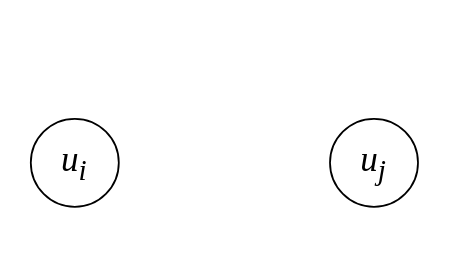
This is FourPaddingWays.drawio from kxzhu0505/Delay-Padding-For-Multi-corner, a draw.io file, before an edit. Source tidied: cells renumbered, new cells numbered last; positions are measured from the earlier drawing's top-left corner, leaving out a move shared by most shapes. Both pictures are drawn from the tidied source at 176%, with x=0, y=0 at pixel (30, 118).
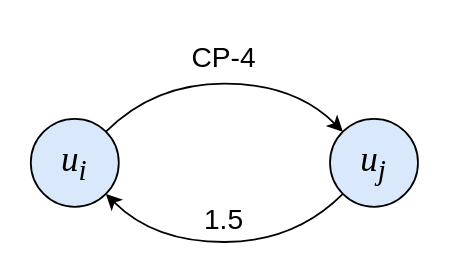
The same page after the edit.

Diff of the diagram source:
```diff
@@
 <mxGraphModel>
   <root>
     <mxCell id="0" />
     <mxCell id="1" parent="0" />
-    <mxCell id="2" value="&lt;i&gt;&lt;font style=&quot;font-size: 20px;&quot; face=&quot;Times New Roman&quot;&gt;u&lt;sub style=&quot;&quot;&gt;i&lt;/sub&gt;&lt;/font&gt;&lt;/i&gt;" style="ellipse;whiteSpace=wrap;html=1;" parent="1" vertex="1">
+    <mxCell id="2" value="&lt;i&gt;&lt;font style=&quot;font-size: 20px;&quot; face=&quot;Times New Roman&quot;&gt;u&lt;sub style=&quot;&quot;&gt;i&lt;/sub&gt;&lt;/font&gt;&lt;/i&gt;" style="ellipse;whiteSpace=wrap;html=1;fillColor=#dae8fc;strokeColor=light-dark(#000000, #5c79a3);" parent="1" vertex="1">
       <mxGeometry width="50" height="50" as="geometry" />
     </mxCell>
-    <mxCell id="3" value="&lt;i&gt;&lt;font style=&quot;font-size: 20px;&quot; face=&quot;Times New Roman&quot;&gt;u&lt;sub style=&quot;&quot;&gt;j&lt;/sub&gt;&lt;/font&gt;&lt;/i&gt;" style="ellipse;whiteSpace=wrap;html=1;" parent="1" vertex="1">
+    <mxCell id="3" value="&lt;i&gt;&lt;font style=&quot;font-size: 20px;&quot; face=&quot;Times New Roman&quot;&gt;u&lt;sub style=&quot;&quot;&gt;j&lt;/sub&gt;&lt;/font&gt;&lt;/i&gt;" style="ellipse;whiteSpace=wrap;html=1;fillColor=#dae8fc;strokeColor=#000000;" parent="1" vertex="1">
       <mxGeometry x="170" width="50" height="50" as="geometry" />
     </mxCell>
+    <mxCell id="4" style="curved=1;endArrow=classic;html=1;rounded=0;exitX=1;exitY=0;exitDx=0;exitDy=0;entryX=0;entryY=0;entryDx=0;entryDy=0;" parent="1" edge="1" source="2" target="3">
+      <mxGeometry relative="1" as="geometry">
+        <Array as="points">
+          <mxPoint x="70" y="-20" />
+          <mxPoint x="150" y="-20" />
+        </Array>
+      </mxGeometry>
+    </mxCell>
+    <mxCell id="5" style="curved=1;endArrow=none;html=1;rounded=0;exitX=1;exitY=1;exitDx=0;exitDy=0;entryX=0;entryY=1;entryDx=0;entryDy=0;startArrow=classic;startFill=1;" parent="1" edge="1" source="2" target="3">
+      <mxGeometry relative="1" as="geometry">
+        <Array as="points">
+          <mxPoint x="70" y="70" />
+          <mxPoint x="150" y="70" />
+        </Array>
+      </mxGeometry>
+    </mxCell>
+    <mxCell id="6" value="&lt;font style=&quot;font-size: 16px;&quot;&gt;CP-4&lt;/font&gt;" style="text;html=1;align=center;verticalAlign=middle;whiteSpace=wrap;rounded=0;" parent="1" vertex="1">
+      <mxGeometry x="80" y="-50" width="60" height="30" as="geometry" />
+    </mxCell>
+    <mxCell id="7" value="&lt;font style=&quot;font-size: 16px;&quot;&gt;1.5&lt;/font&gt;" style="text;html=1;align=center;verticalAlign=middle;whiteSpace=wrap;rounded=0;" parent="1" vertex="1">
+      <mxGeometry x="80" y="42" width="60" height="30" as="geometry" />
+    </mxCell>
   </root>
 </mxGraphModel>
```
